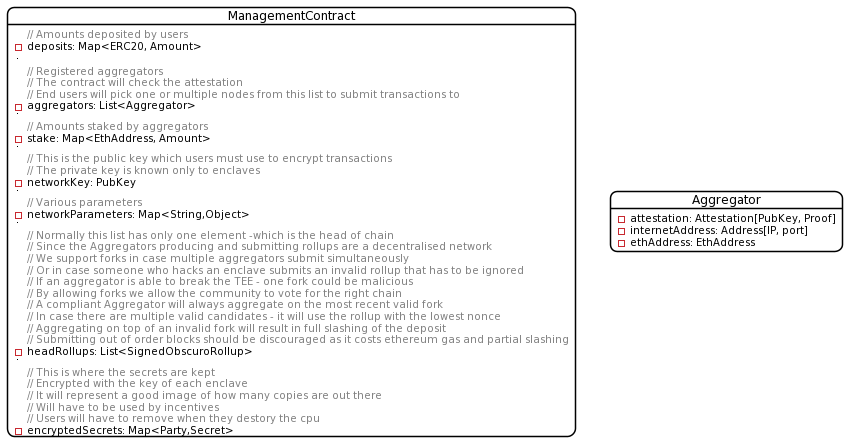
This is images/management-contract.png from ten-protocol/ten-whitepaper, a PlantUML export, as it was before one commit.
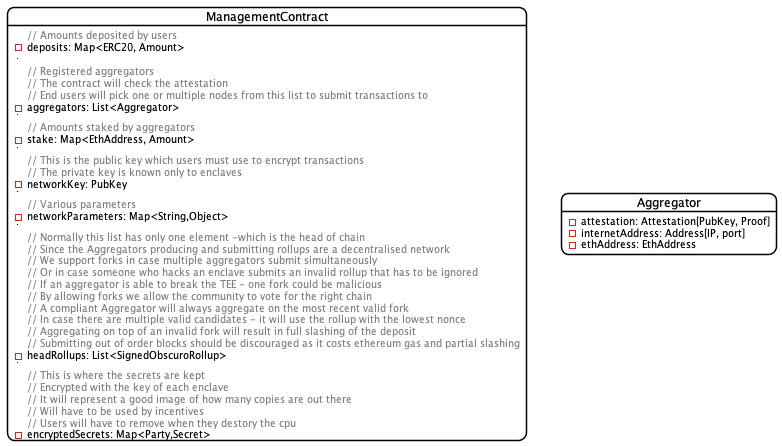
After the commit.

The edit, as a diff of the source:
```diff
@@ -8,8 +8,7 @@
   BorderColor Black
 }
 
-!define C(x) <color:grey>// x</color>
-!define TODO(x) <color:blue>// [TODO] x</color>
+!define C(x) <color:grey><color:grey>// x</color>
 !define NL |||
 
 object ManagementContract {
```
